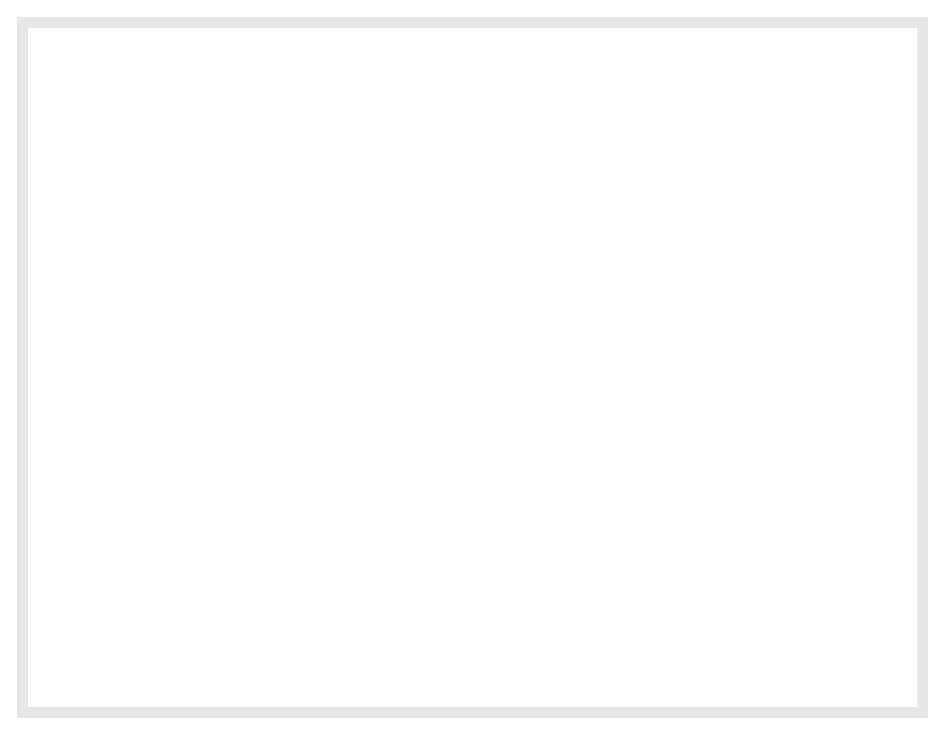
This is page "1º Andar" (2 of 3) of ASII.drawio from ArianaAlves/ASII, a draw.io file, before an edit. Source tidied: cells renumbered, new cells numbered last; positions are measured from the earlier drawing's top-left corner, leaving out a move shared by most shapes. Both pictures are drawn from the tidied source at 100%, with x=0, y=0 at pixel (17, 17). Pictures stored in the file or linked from it are replaced by grey dashed boxes.
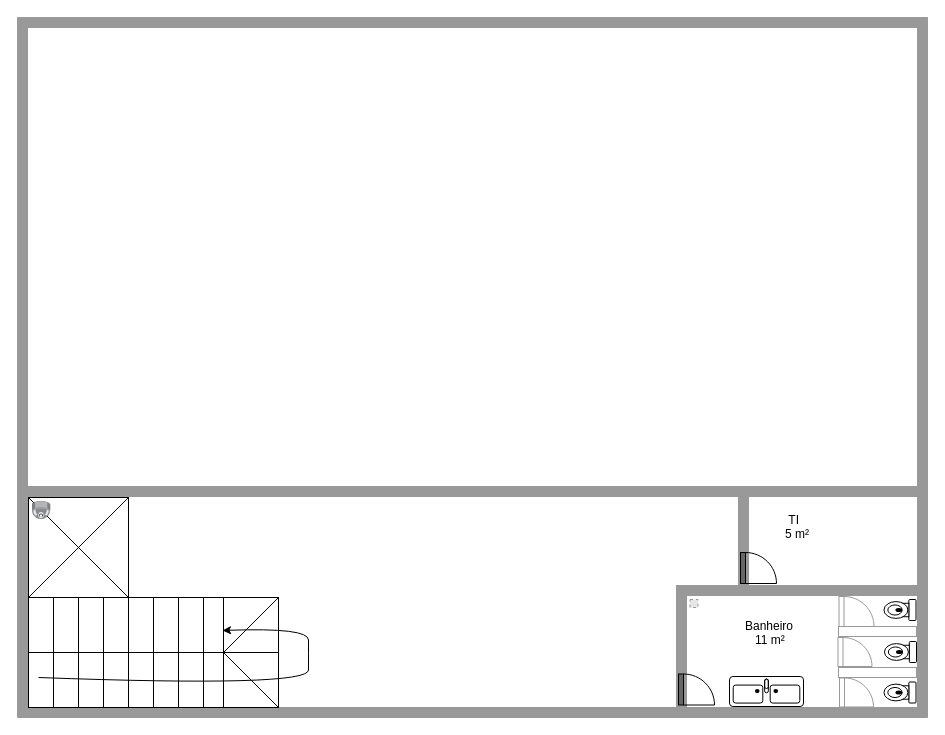
Above is the later version.

Diff of the diagram source:
```diff
@@
+    <mxCell id="3" style="verticalLabelPosition=bottom;html=1;verticalAlign=top;align=center;shape=mxgraph.floorplan.wall;fillColor=#999999;strokeColor=#999999;direction=south;" parent="1" vertex="1">
+      <mxGeometry x="721" y="469" width="10" height="102" as="geometry" />
+    </mxCell>
-    <mxCell id="2" style="verticalLabelPosition=bottom;html=1;verticalAlign=top;align=center;shape=mxgraph.floorplan.room;fillColor=#E6E6E6;strokeColor=#E6E6E6;" parent="1" vertex="1">
+    <mxCell id="2" style="verticalLabelPosition=bottom;html=1;verticalAlign=top;align=center;shape=mxgraph.floorplan.room;fillColor=#999999;strokeColor=#999999;" parent="1" vertex="1">
       <mxGeometry width="910" height="700" as="geometry" />
     </mxCell>
+    <mxCell id="4" style="verticalLabelPosition=bottom;html=1;verticalAlign=top;align=center;shape=mxgraph.floorplan.stairsRest;strokeColor=#000000;fillColor=none;" parent="1" vertex="1">
+      <mxGeometry x="11" y="580" width="250" height="110" as="geometry" />
+    </mxCell>
+    <mxCell id="5" style="curved=1;endArrow=classic;html=1;entryX=0.776;entryY=0.3;entryDx=0;entryDy=0;entryPerimeter=0;" parent="1" edge="1" target="4">
+      <mxGeometry relative="1" as="geometry">
+        <mxPoint x="21" y="660" as="sourcePoint" />
+        <Array as="points">
+          <mxPoint x="291" y="670" />
+          <mxPoint x="291" y="635" />
+          <mxPoint x="291" y="610" />
+        </Array>
+      </mxGeometry>
+    </mxCell>
+    <mxCell id="6" style="verticalLabelPosition=bottom;html=1;verticalAlign=top;align=center;shape=mxgraph.floorplan.elevator;strokeColor=#000000;fillColor=none;" parent="1" vertex="1">
+      <mxGeometry x="11" y="480" width="100" height="100" as="geometry" />
+    </mxCell>
+    <mxCell id="7" style="html=1;align=center;shadow=0;dashed=0;image;image=img/lib/allied_telesis/security/Surveillance_Camera_Ceiling.svg;strokeColor=#999999;fillColor=#994C00;" parent="1" vertex="1">
+      <mxGeometry x="14.5" y="484" width="19" height="18" as="geometry" />
+    </mxCell>
+    <mxCell id="8" style="verticalLabelPosition=bottom;html=1;verticalAlign=top;align=center;shape=mxgraph.floorplan.wall;fillColor=#999999;strokeColor=#999999;" parent="1" vertex="1">
+      <mxGeometry y="469" width="907" height="10" as="geometry" />
+    </mxCell>
+    <mxCell id="9" style="verticalLabelPosition=bottom;html=1;verticalAlign=top;align=center;shape=mxgraph.floorplan.wall;fillColor=#FFFFFF;strokeColor=#999999;" parent="1" vertex="1">
+      <mxGeometry x="821" y="652.5" width="78" height="5" as="geometry" />
+    </mxCell>
+    <mxCell id="10" style="verticalLabelPosition=bottom;html=1;verticalAlign=top;align=center;shape=mxgraph.floorplan.wall;fillColor=#FFFFFF;strokeColor=#999999;" parent="1" vertex="1">
+      <mxGeometry x="821" y="611.5" width="78" height="5" as="geometry" />
+    </mxCell>
+    <mxCell id="11" style="verticalLabelPosition=bottom;html=1;verticalAlign=top;align=center;shape=mxgraph.floorplan.doorLeft;strokeColor=#999999;fillColor=#FFFFFF;rotation=-90;" parent="1" vertex="1">
+      <mxGeometry x="822" y="578.5" width="30" height="31" as="geometry" />
+    </mxCell>
+    <mxCell id="12" style="verticalLabelPosition=bottom;html=1;verticalAlign=top;align=center;shape=mxgraph.floorplan.doorLeft;strokeColor=#999999;fillColor=#FFFFFF;rotation=-90;" parent="1" vertex="1">
+      <mxGeometry x="821" y="619.5" width="29" height="30" as="geometry" />
+    </mxCell>
+    <mxCell id="13" style="verticalLabelPosition=bottom;html=1;verticalAlign=top;align=center;shape=mxgraph.floorplan.doorLeft;strokeColor=#999999;fillColor=#FFFFFF;rotation=-90;" parent="1" vertex="1">
+      <mxGeometry x="822.5" y="660" width="29" height="30" as="geometry" />
+    </mxCell>
+    <mxCell id="14" style="verticalLabelPosition=bottom;html=1;verticalAlign=top;align=center;shape=mxgraph.floorplan.toilet;strokeColor=#000000;fillColor=#FFFFFF;direction=south;" parent="1" vertex="1">
+      <mxGeometry x="866.5" y="664.5" width="32" height="21" as="geometry" />
+    </mxCell>
+    <mxCell id="15" style="verticalLabelPosition=bottom;html=1;verticalAlign=top;align=center;shape=mxgraph.floorplan.toilet;strokeColor=#000000;fillColor=#FFFFFF;direction=south;" parent="1" vertex="1">
+      <mxGeometry x="867" y="624" width="32" height="21" as="geometry" />
+    </mxCell>
+    <mxCell id="16" style="verticalLabelPosition=bottom;html=1;verticalAlign=top;align=center;shape=mxgraph.floorplan.toilet;strokeColor=#000000;fillColor=#FFFFFF;direction=south;" parent="1" vertex="1">
+      <mxGeometry x="866.5" y="582" width="32" height="21" as="geometry" />
+    </mxCell>
+    <mxCell id="17" style="verticalLabelPosition=bottom;html=1;verticalAlign=top;align=center;shape=mxgraph.floorplan.wall;fillColor=#999999;strokeColor=#999999;" parent="1" vertex="1">
+      <mxGeometry x="669" y="568" width="240" height="10" as="geometry" />
+    </mxCell>
+    <mxCell id="18" style="verticalLabelPosition=bottom;html=1;verticalAlign=top;align=center;shape=mxgraph.floorplan.sink_double;strokeColor=#000000;fillColor=#FFFFFF;" parent="1" vertex="1">
+      <mxGeometry x="712" y="659" width="74" height="30" as="geometry" />
+    </mxCell>
+    <mxCell id="19" style="verticalLabelPosition=bottom;html=1;verticalAlign=top;align=center;shape=mxgraph.floorplan.wall;fillColor=#999999;strokeColor=#999999;direction=south;" parent="1" vertex="1">
+      <mxGeometry x="659" y="568" width="10" height="132" as="geometry" />
+    </mxCell>
+    <mxCell id="20" style="verticalLabelPosition=bottom;html=1;verticalAlign=top;align=center;shape=mxgraph.floorplan.doorLeft;strokeColor=#000000;fillColor=#666666;rotation=-90;" parent="1" vertex="1">
+      <mxGeometry x="662" y="655.5" width="31" height="33" as="geometry" />
+    </mxCell>
+    <mxCell id="21" value="Banheiro&lt;br&gt;&amp;nbsp; &amp;nbsp;11 m²" style="text;html=1;align=left;verticalAlign=top;spacingTop=-4;" parent="1" vertex="1">
+      <mxGeometry x="726" y="599" width="60" height="30" as="geometry" />
+    </mxCell>
+    <mxCell id="22" style="fillColor=#E6E6E6;strokeColor=#999999;dashed=1;html=1;verticalAlign=top;verticalLabelPosition=bottom;labelBackgroundColor=#ffffff;" parent="1" vertex="1">
+      <mxGeometry x="672.5" y="582" width="8" height="8" as="geometry" />
+    </mxCell>
+    <mxCell id="23" style="verticalLabelPosition=bottom;html=1;verticalAlign=top;align=center;shape=mxgraph.floorplan.doorLeft;strokeColor=#000000;fillColor=#666666;rotation=-90;" parent="1" vertex="1">
+      <mxGeometry x="724" y="534" width="31" height="33" as="geometry" />
+    </mxCell>
+    <mxCell id="24" value="&amp;nbsp;TI&lt;br&gt;5 m²" style="text;html=1;align=left;verticalAlign=top;spacingTop=-4;" parent="1" vertex="1">
+      <mxGeometry x="766" y="493" width="40" height="30" as="geometry" />
+    </mxCell>
```
